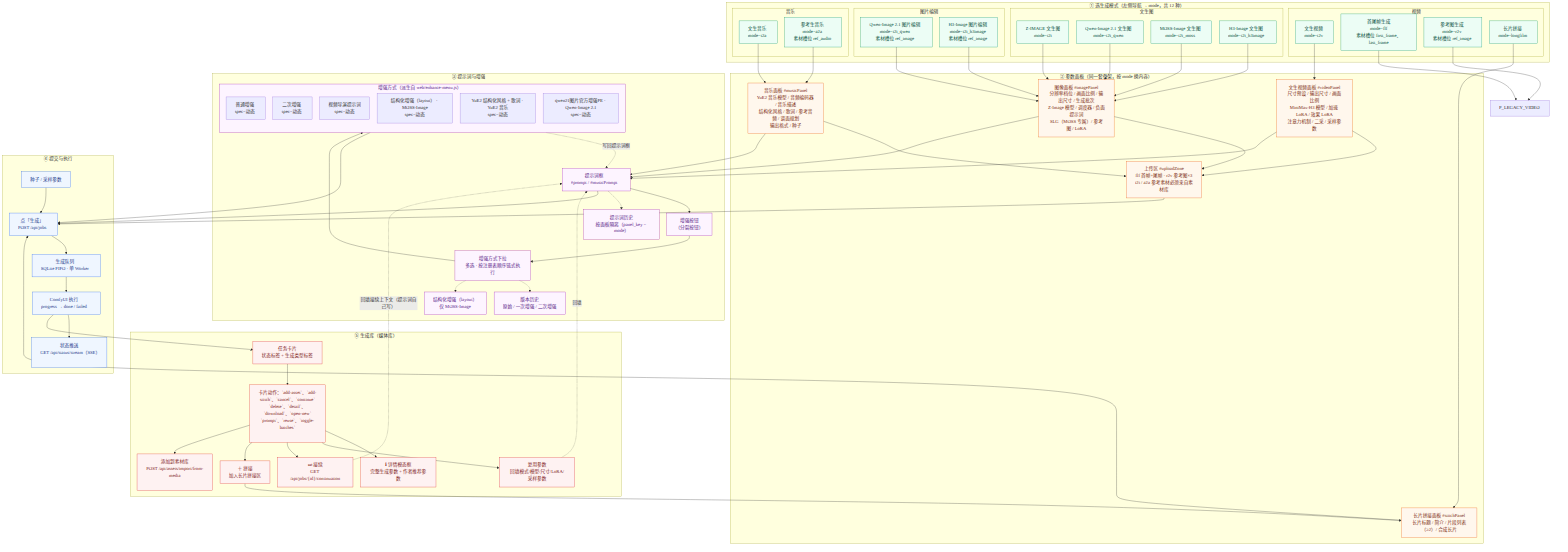
pixelaigc/ComfyUI-MiniMax-H3-Studio keeps this Mermaid diagram as docs/交互流程图-创作链路.png. Above is the earlier version. Its source is kept beside it as docs/交互流程图-创作链路.mmd. Source of this version:
```mermaid
%%{init: {"flowchart": {"curve": "basis", "nodeSpacing": 26, "rankSpacing": 40, "htmlLabels": true}, "themeVariables": {"fontFamily": "Noto Sans CJK SC, Noto Sans SC, DejaVu Sans, sans-serif"}}}%%
flowchart TD

  subgraph MODES["① 选生成模式（左侧导航 → mode，共 12 种）"]
    direction TB
    subgraph MV["视频"]
      direction LR
      M_t2v["文生视频<br/>mode=t2v"]
      M_flf["首尾帧生成<br/>mode=flf<br/>素材槽位 first_frame、last_frame"]
      M_r2v["参考图生成<br/>mode=r2v<br/>素材槽位 ref_image"]
      M_longfilm["长片拼接<br/>mode=longfilm"]
    end
    subgraph MI["文生图"]
      direction LR
      M_t2i["Z-IMAGE 文生图<br/>mode=t2i"]
      M_t2i_qwen["Qwen-Image 2.1 文生图<br/>mode=t2i_qwen"]
      M_t2i_moss["MOSS-Image 文生图<br/>mode=t2i_moss"]
      M_t2i_h3image["H3-Image 文生图<br/>mode=t2i_h3image"]
    end
    subgraph ME["图片编辑"]
      direction LR
      M_i2i_qwen["Qwen-Image 2.1 图片编辑<br/>mode=i2i_qwen<br/>素材槽位 ref_image"]
      M_i2i_h3image["H3-Image 图片编辑<br/>mode=i2i_h3image<br/>素材槽位 ref_image"]
    end
    subgraph MM["音乐"]
      direction LR
      M_t2a["文生音乐<br/>mode=t2a"]
      M_a2a["参考生音乐<br/>mode=a2a<br/>素材槽位 ref_audio"]
    end
  end

  subgraph PANELS["② 参数面板（同一套骨架，按 mode 换内容）"]
    direction LR
    P_VIDEO["文生视频面板 #videoPanel<br/>尺寸预设 / 输出尺寸 / 画面比例<br/>MiniMax-H3 模型 / 加速 LoRA / 效果 LoRA<br/>注意力机制 / 二采 / 采样参数"]
    P_IMAGE["图像面板 #imagePanel<br/>分辨率档位 / 画面比例 / 输出尺寸 / 生成批次<br/>Z-Image 模型 / 调度器 / 负面提示词<br/>SLG（MOSS 专属）/ 参考图 / LoRA"]
    P_MUSIC["音乐面板 #musicPanel<br/>YuE2 音乐模型 / 音频编码器 / 音乐描述<br/>结构化风格 / 歌词 / 参考音频 / 谱面规划<br/>输出格式 / 种子"]
    P_STITCH["长片拼接面板 #stitchPanel<br/>长片标题 / 简介 / 片段列表（≥2）/ 合成长片"]
    P_UPLOAD["上传区 #uploadZone<br/>flf 首帧+尾帧 · r2v 参考图×3<br/>i2i / a2a 参考素材必须来自素材库"]
  end

  M_t2v --> P_VIDEO
  M_flf --> P_LEGACY_VIDEO
  M_r2v --> P_LEGACY_VIDEO
  M_t2i --> P_IMAGE
  M_t2i_qwen --> P_IMAGE
  M_i2i_qwen --> P_IMAGE
  M_t2i_moss --> P_IMAGE
  M_t2i_h3image --> P_IMAGE
  M_i2i_h3image --> P_IMAGE
  M_t2a --> P_MUSIC
  M_a2a --> P_MUSIC
  M_longfilm --> P_STITCH

  P_VIDEO --> P_UPLOAD
  P_IMAGE --> P_UPLOAD
  P_MUSIC --> P_UPLOAD

  subgraph PROMPT["③ 提示词与增强"]
    direction TB
    PT["提示词框<br/>#prompt / #musicPrompt"]
    ENH_BTN["增强按钮<br/>（分裂按钮）"]
    ENH_MENU["增强方式下拉<br/>多选 · 按注册表顺序链式执行"]
    subgraph ENH_SPECS["增强方式（派生自 web/enhance-menu.js）"]
      direction TB
    E_basic["普通增强<br/>spec=动态"]
    E_refine["二次增强<br/>spec=动态"]
    E_director["视频导演提示词<br/>spec=动态"]
    E_layout["结构化增强（layout） · MOSS-Image<br/>spec=动态"]
    E_yue2_struct["YuE2 结构化风格 + 歌词 · YuE2 音乐<br/>spec=动态"]
    E_qwen_pe["qwen21图片官方增强PE · Qwen-Image 2.1<br/>spec=动态"]
    end
    HIST["提示词历史<br/>按面板隔离（panel_key = mode）"]
    VER["版本历史<br/>原始 / 一次增强 / 二次增强"]
    MOSS["结构化增强（layout）<br/>仅 MOSS-Image"]
  end

  PT --> ENH_BTN
  ENH_BTN --> ENH_MENU
  ENH_MENU --> ENH_SPECS
  ENH_SPECS -.->|"写回提示词框"| PT
  PT -.-> HIST
  ENH_MENU -.-> VER
  ENH_MENU -.-> MOSS

  P_VIDEO --> PT
  P_IMAGE --> PT
  P_MUSIC --> PT

  subgraph RUN["④ 提交与执行"]
    direction LR
    SEED["种子 / 采样参数"]
    GEN["点「生成」<br/>POST /api/jobs"]
    QUEUE["生成队列<br/>SQLite FIFO · 单 Worker"]
    COMFY["ComfyUI 执行<br/>progress → done / failed"]
    SSE["状态推送<br/>GET /api/status/stream（SSE）"]
  end

  SEED --> GEN
  GEN --> QUEUE --> COMFY
  COMFY --> SSE

  P_UPLOAD --> GEN
  PT --> GEN
  ENH_SPECS --> GEN
  P_STITCH --> GEN

  subgraph OUT["⑤ 生成库（媒体库）"]
    direction LR
    LIB["任务卡片<br/>状态标签 + 生成类型标签"]
    ACTS["卡片动作：`add-asset`、`add-stitch`、`cancel`、`continue`<br/>`delete`、`detail`、`download`、`open-new`<br/>`prompt`、`reuse`、`toggle-batches`"]
    DETAIL["ℹ 详情模态框<br/>完整生成参数 + 作者推荐参数"]
    REUSE["复用参数<br/>回填模式/模型/尺寸/LoRA/采样参数"]
    CONT["⏭ 接续<br/>GET /api/jobs/{id}/continuation"]
    STITCH["＋ 拼接<br/>加入长片拼接区"]
    ASSET["添加到素材库<br/>POST /api/assets/import/from-media"]
  end

  COMFY --> LIB
  LIB --> ACTS
  ACTS --> DETAIL
  ACTS --> REUSE
  ACTS --> CONT
  ACTS --> STITCH
  ACTS --> ASSET
  REUSE -.->|"回填"| PT
  CONT -.->|"回填接续上下文（提示词自己写）"| PT
  STITCH --> P_STITCH

  classDef mode fill:#ecfdf5,stroke:#059669,stroke-width:1px,color:#064e3b;
  classDef panel fill:#fff7ed,stroke:#ea580c,stroke-width:1px,color:#7c2d12;
  classDef prompt fill:#fdf4ff,stroke:#a21caf,stroke-width:1px,color:#581c87;
  classDef run fill:#eff6ff,stroke:#2563eb,stroke-width:1px,color:#1e3a8a;
  classDef out fill:#fef2f2,stroke:#dc2626,stroke-width:1px,color:#7f1d1d;

  class M_t2v,M_flf,M_r2v,M_longfilm,M_t2i,M_t2i_qwen,M_t2i_moss,M_t2i_h3image,M_i2i_qwen,M_i2i_h3image,M_t2a,M_a2a mode;
  class P_VIDEO,P_IMAGE,P_MUSIC,P_STITCH,P_UPLOAD panel;
  class PT,ENH_BTN,ENH_MENU,ENH_SPECS,HIST,VER,MOSS prompt;
  class SEED,GEN,QUEUE,COMFY,SSE run;
  class LIB,ACTS,DETAIL,REUSE,CONT,STITCH,ASSET out;
```
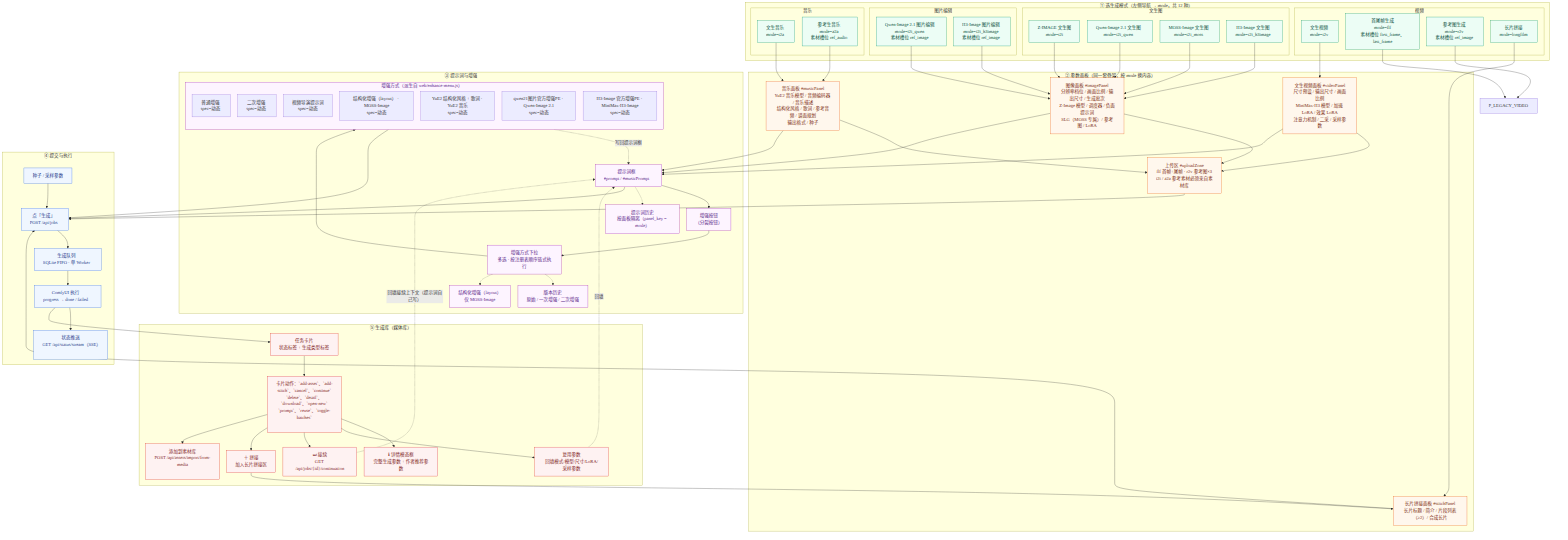
After the commit.

Change to the diagram source:
```diff
@@ -68,6 +68,7 @@
     E_layout["结构化增强（layout） · MOSS-Image<br/>spec=动态"]
     E_yue2_struct["YuE2 结构化风格 + 歌词 · YuE2 音乐<br/>spec=动态"]
     E_qwen_pe["qwen21图片官方增强PE · Qwen-Image 2.1<br/>spec=动态"]
+    E_h3image_pe["H3-Image 官方增强PE · MiniMax-H3-Image<br/>spec=动态"]
     end
     HIST["提示词历史<br/>按面板隔离（panel_key = mode）"]
     VER["版本历史<br/>原始 / 一次增强 / 二次增强"]
```
